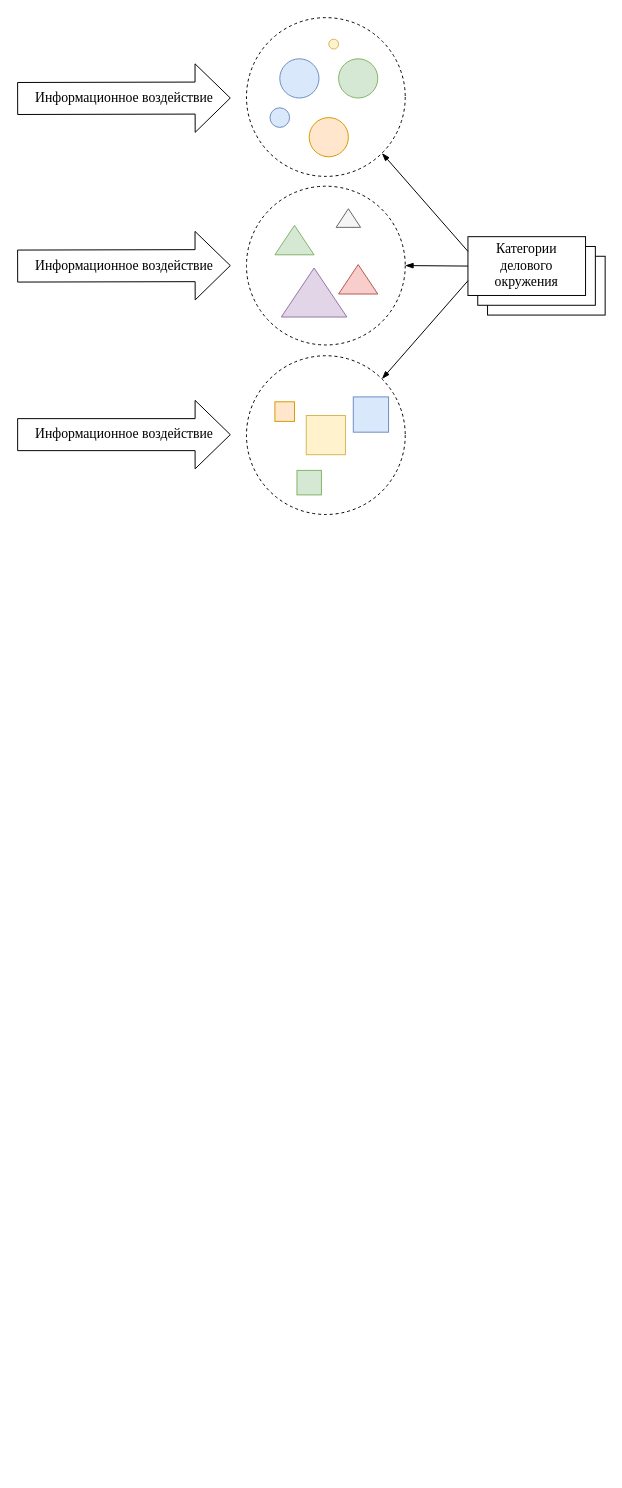
Above: vkr_prezentaciya.drawio in obscurya/draw.io (draw.io), before the change. Source tidied: cells renumbered, new cells numbered last; positions are measured from the earlier drawing's top-left corner, leaving out a move shared by most shapes. Both pictures are drawn from the tidied source at 98%, with x=0, y=0 at pixel (17, 18).
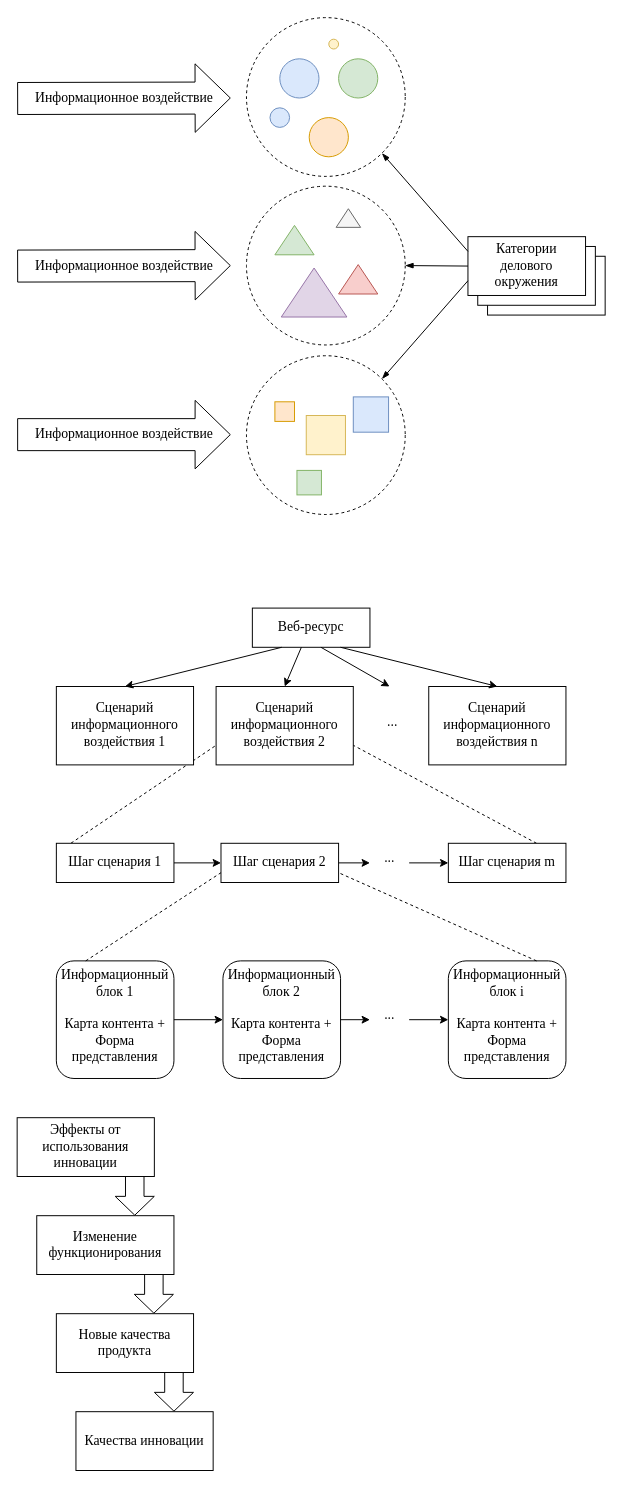
Above is the later version.

The edit, as a diff of the source:
```diff
@@
+    <mxCell id="27" style="shape=flexArrow;endArrow=classic;html=1;fontFamily=Times New Roman;fontSize=14;width=18.88888888888889;endSize=6.072222222222222;" parent="1" edge="1">
+      <mxGeometry relative="1" as="geometry">
+        <mxPoint x="120" y="1172" as="sourcePoint" />
+        <mxPoint x="120" y="1222" as="targetPoint" />
+      </mxGeometry>
+    </mxCell>
+    <mxCell id="28" style="shape=flexArrow;endArrow=classic;html=1;fontFamily=Times New Roman;fontSize=14;width=18.88888888888889;endSize=6.072222222222222;" parent="1" edge="1">
+      <mxGeometry relative="1" as="geometry">
+        <mxPoint x="139.5" y="1272" as="sourcePoint" />
+        <mxPoint x="139.5" y="1322" as="targetPoint" />
+      </mxGeometry>
+    </mxCell>
+    <mxCell id="29" style="shape=flexArrow;endArrow=classic;html=1;fontFamily=Times New Roman;fontSize=14;width=18.88888888888889;endSize=6.072222222222222;" parent="1" edge="1">
+      <mxGeometry relative="1" as="geometry">
+        <mxPoint x="160" y="1372" as="sourcePoint" />
+        <mxPoint x="160" y="1422" as="targetPoint" />
+      </mxGeometry>
+    </mxCell>
+    <mxCell id="30" style="endArrow=none;dashed=1;html=1;fontFamily=Times New Roman;fontSize=14;entryX=0;entryY=0.75;entryDx=0;entryDy=0;exitX=0;exitY=0.25;exitDx=0;exitDy=0;" parent="1" edge="1" source="41" target="34">
+      <mxGeometry relative="1" as="geometry" />
+    </mxCell>
+    <mxCell id="31" style="endArrow=none;dashed=1;html=1;fontFamily=Times New Roman;fontSize=14;entryX=1;entryY=0.75;entryDx=0;entryDy=0;exitX=0.75;exitY=0;exitDx=0;exitDy=0;" parent="1" edge="1" source="43" target="34">
+      <mxGeometry relative="1" as="geometry" />
+    </mxCell>
@@
+    <mxCell id="32" value="Веб-ресурс" style="rounded=0;whiteSpace=wrap;html=1;fontFamily=Times New Roman;fontSize=14;" parent="1" vertex="1">
+      <mxGeometry x="240" y="602" width="120" height="40" as="geometry" />
+    </mxCell>
+    <mxCell id="33" value="Сценарий информационного воздействия 1" style="rounded=0;whiteSpace=wrap;html=1;fontFamily=Times New Roman;fontSize=14;" parent="1" vertex="1">
+      <mxGeometry x="40" y="682" width="140" height="80" as="geometry" />
+    </mxCell>
+    <mxCell id="34" value="Сценарий информационного воздействия 2" style="rounded=0;whiteSpace=wrap;html=1;fontFamily=Times New Roman;fontSize=14;" parent="1" vertex="1">
+      <mxGeometry x="203" y="682" width="140" height="80" as="geometry" />
+    </mxCell>
+    <mxCell id="35" value="Сценарий информационного воздействия n" style="rounded=0;whiteSpace=wrap;html=1;fontFamily=Times New Roman;fontSize=14;" parent="1" vertex="1">
+      <mxGeometry x="420" y="682" width="140" height="80" as="geometry" />
+    </mxCell>
+    <mxCell id="36" value="..." style="text;html=1;align=left;verticalAlign=top;spacingTop=-4;fontSize=14;fontFamily=Times New Roman;" parent="1" vertex="1">
+      <mxGeometry x="376" y="708" width="30" height="20" as="geometry" />
+    </mxCell>
+    <mxCell id="37" style="endArrow=classic;html=1;fontFamily=Times New Roman;fontSize=14;entryX=0.5;entryY=0;entryDx=0;entryDy=0;exitX=0.25;exitY=1;exitDx=0;exitDy=0;" parent="1" edge="1" source="32" target="33">
+      <mxGeometry relative="1" as="geometry" />
+    </mxCell>
+    <mxCell id="38" style="endArrow=classic;html=1;fontFamily=Times New Roman;fontSize=14;entryX=0.5;entryY=0;entryDx=0;entryDy=0;exitX=0.75;exitY=1;exitDx=0;exitDy=0;" parent="1" edge="1" source="32" target="35">
+      <mxGeometry relative="1" as="geometry" />
+    </mxCell>
+    <mxCell id="39" style="endArrow=classic;html=1;fontFamily=Times New Roman;fontSize=14;entryX=0.5;entryY=0;entryDx=0;entryDy=0;" parent="1" edge="1" target="34">
+      <mxGeometry relative="1" as="geometry">
+        <mxPoint x="290" y="642" as="sourcePoint" />
+      </mxGeometry>
+    </mxCell>
+    <mxCell id="40" style="edgeStyle=orthogonalEdgeStyle;rounded=0;jettySize=auto;html=1;fontFamily=Times New Roman;fontSize=14;" parent="1" edge="1" source="41" target="42">
+      <mxGeometry relative="1" as="geometry" />
+    </mxCell>
+    <mxCell id="41" value="Шаг сценария 1" style="rounded=0;whiteSpace=wrap;html=1;fontFamily=Times New Roman;fontSize=14;" parent="1" vertex="1">
+      <mxGeometry x="40" y="842" width="120" height="40" as="geometry" />
+    </mxCell>
+    <mxCell id="42" value="Шаг сценария 2" style="rounded=0;whiteSpace=wrap;html=1;fontFamily=Times New Roman;fontSize=14;" parent="1" vertex="1">
+      <mxGeometry x="208" y="842" width="120" height="40" as="geometry" />
+    </mxCell>
+    <mxCell id="43" value="Шаг сценария m" style="rounded=0;whiteSpace=wrap;html=1;fontFamily=Times New Roman;fontSize=14;" parent="1" vertex="1">
+      <mxGeometry x="440" y="842" width="120" height="40" as="geometry" />
+    </mxCell>
+    <mxCell id="44" value="..." style="text;html=1;align=left;verticalAlign=top;spacingTop=-4;fontSize=14;fontFamily=Times New Roman;" parent="1" vertex="1">
+      <mxGeometry x="373" y="847" width="30" height="20" as="geometry" />
+    </mxCell>
+    <mxCell id="45" style="endArrow=classic;html=1;fontFamily=Times New Roman;fontSize=14;" parent="1" edge="1" target="43">
+      <mxGeometry relative="1" as="geometry">
+        <mxPoint x="400" y="862" as="sourcePoint" />
+      </mxGeometry>
+    </mxCell>
+    <mxCell id="46" style="endArrow=classic;html=1;fontFamily=Times New Roman;fontSize=14;" parent="1" edge="1" source="42">
+      <mxGeometry relative="1" as="geometry">
+        <mxPoint x="360" y="862" as="targetPoint" />
+      </mxGeometry>
+    </mxCell>
+    <mxCell id="47" value="Информационный блок 1&lt;br&gt;&lt;br&gt;Карта контента + Форма представления&lt;br&gt;" style="rounded=1;whiteSpace=wrap;html=1;fontFamily=Times New Roman;fontSize=14;verticalAlign=top;" parent="1" vertex="1">
+      <mxGeometry x="40" y="962" width="120" height="120" as="geometry" />
+    </mxCell>
+    <mxCell id="48" value="Информационный блок 2&lt;br&gt;&lt;br&gt;Карта контента + Форма представления&lt;br&gt;" style="rounded=1;whiteSpace=wrap;html=1;fontFamily=Times New Roman;fontSize=14;verticalAlign=top;glass=0;" parent="1" vertex="1">
+      <mxGeometry x="210" y="962" width="120" height="120" as="geometry" />
+    </mxCell>
+    <mxCell id="49" value="Информационный блок i&lt;br&gt;&lt;br&gt;Карта контента + Форма представления&lt;br&gt;" style="rounded=1;whiteSpace=wrap;html=1;fontFamily=Times New Roman;fontSize=14;verticalAlign=top;glass=0;" parent="1" vertex="1">
+      <mxGeometry x="440" y="962" width="120" height="120" as="geometry" />
+    </mxCell>
+    <mxCell id="50" style="edgeStyle=orthogonalEdgeStyle;rounded=0;jettySize=auto;html=1;fontFamily=Times New Roman;fontSize=14;" parent="1" edge="1" source="47" target="48">
+      <mxGeometry relative="1" as="geometry" />
+    </mxCell>
+    <mxCell id="51" value="..." style="text;html=1;align=left;verticalAlign=top;spacingTop=-4;fontSize=14;fontFamily=Times New Roman;" parent="1" vertex="1">
+      <mxGeometry x="373" y="1007" width="30" height="20" as="geometry" />
+    </mxCell>
+    <mxCell id="52" style="endArrow=classic;html=1;fontFamily=Times New Roman;fontSize=14;" parent="1" edge="1">
+      <mxGeometry relative="1" as="geometry">
+        <mxPoint x="400" y="1022" as="sourcePoint" />
+        <mxPoint x="440" y="1022" as="targetPoint" />
+      </mxGeometry>
+    </mxCell>
+    <mxCell id="53" style="endArrow=classic;html=1;fontFamily=Times New Roman;fontSize=14;" parent="1" edge="1" source="48">
+      <mxGeometry relative="1" as="geometry">
+        <mxPoint x="360" y="1022" as="targetPoint" />
+      </mxGeometry>
+    </mxCell>
+    <mxCell id="54" style="endArrow=none;dashed=1;html=1;fontFamily=Times New Roman;fontSize=14;entryX=0;entryY=0.75;entryDx=0;entryDy=0;exitX=0.25;exitY=0;exitDx=0;exitDy=0;" parent="1" edge="1" source="47" target="42">
+      <mxGeometry relative="1" as="geometry" />
+    </mxCell>
+    <mxCell id="55" style="endArrow=none;dashed=1;html=1;fontFamily=Times New Roman;fontSize=14;entryX=1;entryY=0.75;entryDx=0;entryDy=0;exitX=0.75;exitY=0;exitDx=0;exitDy=0;" parent="1" edge="1" source="49" target="42">
+      <mxGeometry relative="1" as="geometry" />
+    </mxCell>
+    <mxCell id="56" style="endArrow=classic;html=1;fontFamily=Times New Roman;fontSize=14;" parent="1" edge="1">
+      <mxGeometry relative="1" as="geometry">
+        <mxPoint x="310" y="642" as="sourcePoint" />
+        <mxPoint x="380" y="682" as="targetPoint" />
+      </mxGeometry>
+    </mxCell>
+    <mxCell id="57" value="Эффекты от использования инновации" style="rounded=0;whiteSpace=wrap;html=1;fontFamily=Times New Roman;fontSize=14;" parent="1" vertex="1">
+      <mxGeometry y="1122" width="140" height="60" as="geometry" />
+    </mxCell>
+    <mxCell id="58" value="Изменение функционирования" style="rounded=0;whiteSpace=wrap;html=1;fontFamily=Times New Roman;fontSize=14;" parent="1" vertex="1">
+      <mxGeometry x="20" y="1222" width="140" height="60" as="geometry" />
+    </mxCell>
+    <mxCell id="59" value="Новые качества продукта" style="rounded=0;whiteSpace=wrap;html=1;fontFamily=Times New Roman;fontSize=14;" parent="1" vertex="1">
+      <mxGeometry x="40" y="1322" width="140" height="60" as="geometry" />
+    </mxCell>
+    <mxCell id="60" value="Качества инновации" style="rounded=0;whiteSpace=wrap;html=1;fontFamily=Times New Roman;fontSize=14;" parent="1" vertex="1">
+      <mxGeometry x="60" y="1422" width="140" height="60" as="geometry" />
+    </mxCell>
```
